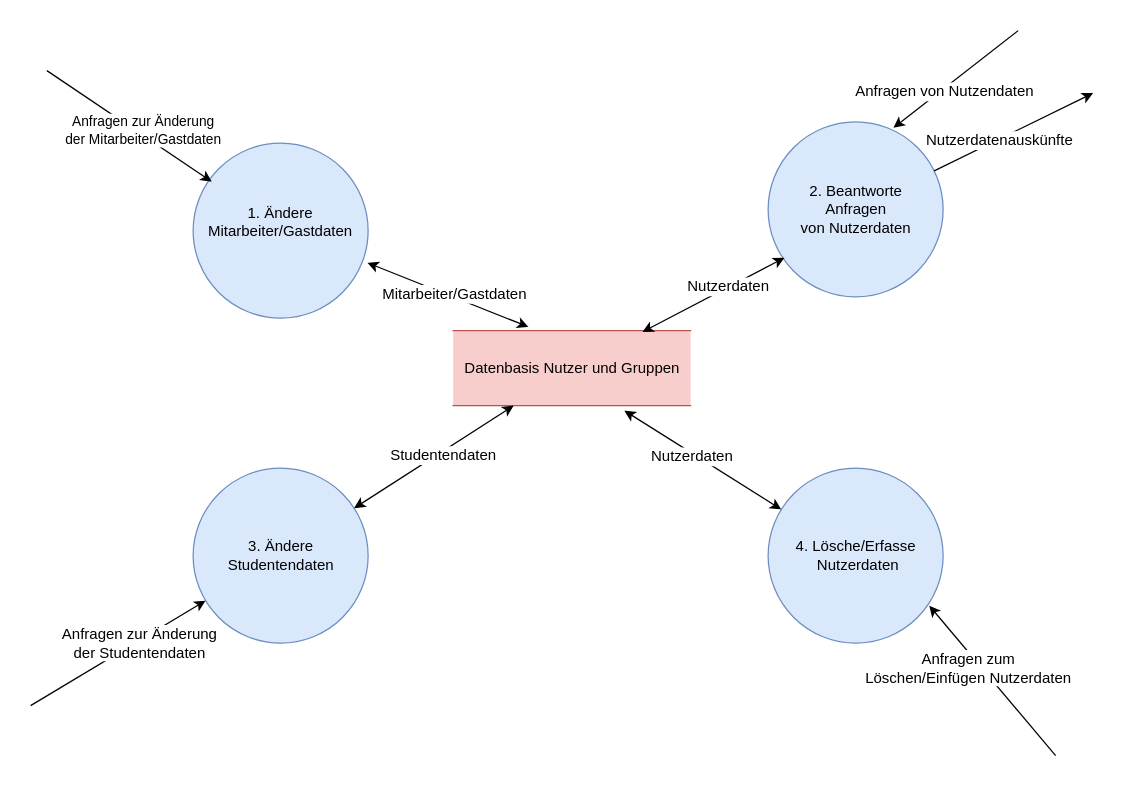
mostermann96/SWT2 keeps this draw.io diagram as 2_Ontologies/Strukturierte Analyse/DFDs/Level2/DFD_2 Verwalte Nutzer.drawio. Above is the earlier version. Source tidied: cells renumbered, new cells numbered last; positions are measured from the earlier drawing's top-left corner, leaving out a move shared by most shapes. Both pictures are drawn from the tidied source at 125%, with x=0, y=0 at pixel (30, 30).
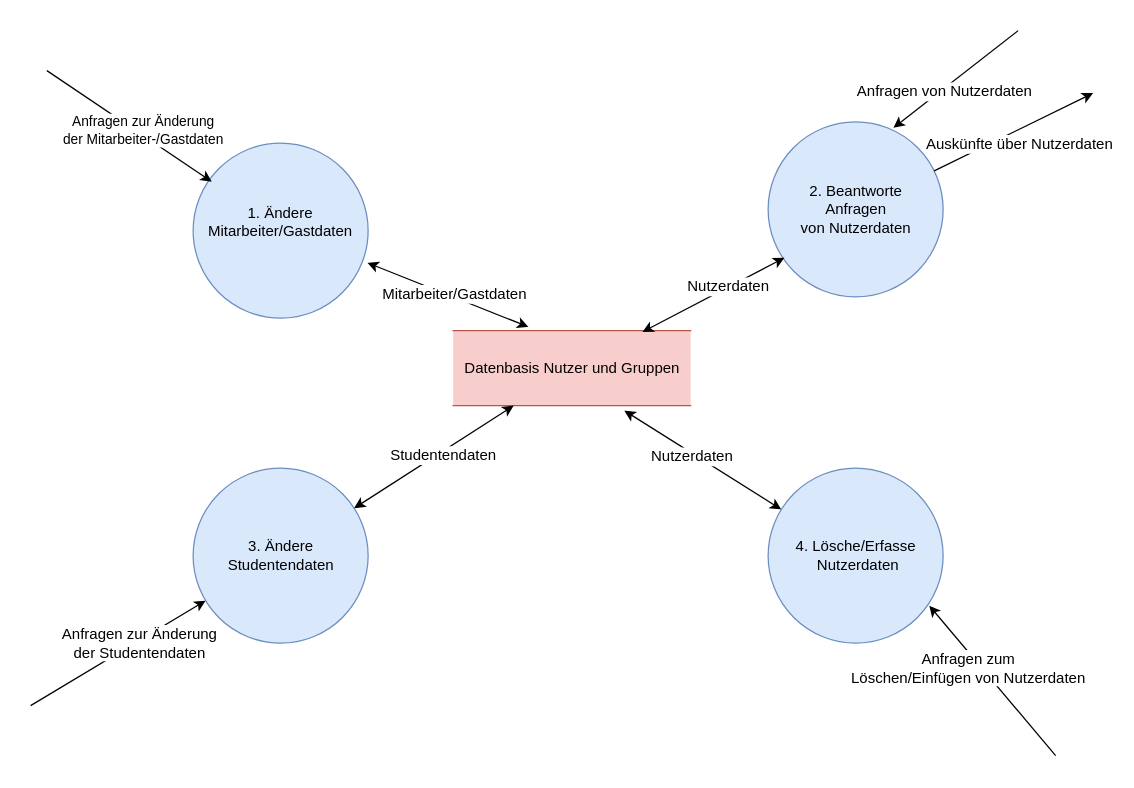
The same diagram, later.

Commit message (it also covers changes not shown here):
added data dictionary for Nutzer&Gruppen.

The change refers to these unchanged cells:
```xml
<mxCell id="13" style="endArrow=classic;html=1;" parent="1" edge="1" source="3">
  <mxGeometry relative="1" as="geometry">
    <mxPoint x="850" y="50" as="targetPoint" />
  </mxGeometry>
</mxCell>
<mxCell id="15" style="endArrow=classic;html=1;entryX=0.716;entryY=0.034;entryDx=0;entryDy=0;entryPerimeter=0;" parent="1" edge="1" target="3">
  <mxGeometry relative="1" as="geometry">
    <mxPoint x="790" as="sourcePoint" />
  </mxGeometry>
</mxCell>
<mxCell id="21" style="endArrow=classic;html=1;entryX=0.921;entryY=0.786;entryDx=0;entryDy=0;entryPerimeter=0;" parent="1" edge="1" target="5">
  <mxGeometry relative="1" as="geometry">
    <mxPoint x="820" y="580" as="sourcePoint" />
  </mxGeometry>
</mxCell>
```

Change to the diagram source:
```diff
@@
-    <mxCell id="7" value="Anfragen zur Änderung &lt;br&gt;der Mitarbeiter/Gastdaten" style="endArrow=classic;html=1;" parent="1" edge="1">
+    <mxCell id="7" value="Anfragen zur Änderung &lt;br&gt;der Mitarbeiter-/Gastdaten" style="endArrow=classic;html=1;" parent="1" edge="1">
       <mxGeometry x="0.14" y="3" relative="1" as="geometry">
         <mxPoint x="13" y="32" as="sourcePoint" />
         <mxPoint x="144.9" y="120.9" as="targetPoint" />
       </mxGeometry>
     </mxCell>
@@
-    <mxCell id="14" value="Nutzerdatenauskünfte" style="text;html=1;align=center;verticalAlign=middle;labelBackgroundColor=#ffffff;" parent="13" vertex="1">
-      <mxGeometry x="-0.19" relative="1" as="geometry" />
+    <mxCell id="14" value="Auskünfte über Nutzerdaten" style="text;html=1;align=center;verticalAlign=middle;labelBackgroundColor=#ffffff;" parent="13" vertex="1">
+      <mxGeometry x="-0.19" relative="1" as="geometry">
+        <mxPoint x="16" y="3" as="offset" />
+      </mxGeometry>
     </mxCell>
@@
-    <mxCell id="16" value="Anfragen von Nutzendaten" style="text;html=1;align=center;verticalAlign=middle;labelBackgroundColor=#ffffff;" parent="15" vertex="1">
+    <mxCell id="16" value="Anfragen von Nutzerdaten" style="text;html=1;align=center;verticalAlign=middle;labelBackgroundColor=#ffffff;" parent="15" vertex="1">
       <mxGeometry x="0.22" y="2" relative="1" as="geometry" />
     </mxCell>
@@
-    <mxCell id="22" value="Anfragen zum &lt;br&gt;Löschen/Einfügen Nutzerdaten" style="text;html=1;align=center;verticalAlign=middle;labelBackgroundColor=#ffffff;" parent="21" vertex="1">
+    <mxCell id="22" value="Anfragen zum &lt;br&gt;Löschen/Einfügen von Nutzerdaten" style="text;html=1;align=center;verticalAlign=middle;labelBackgroundColor=#ffffff;" parent="21" vertex="1">
       <mxGeometry x="0.38" relative="1" as="geometry">
         <mxPoint x="-0.5" y="12.5" as="offset" />
       </mxGeometry>
     </mxCell>
```
